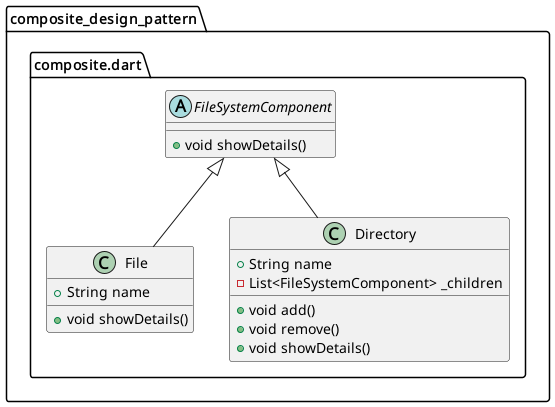
The PlantUML diagram design_patterns_explained_(with_code)/_9_composite_design_pattern_explained/diagram.png in FedericoCalabro/Medium, before a commit.
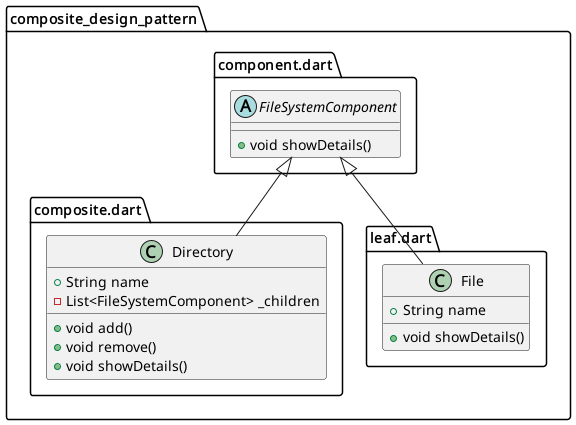
After the commit.

The edit, as a diff of the source:
```diff
@@ -1,16 +1,9 @@
 @startuml
 set namespaceSeparator ::
 
-abstract class "composite_design_pattern::composite.dart::FileSystemComponent" {
+abstract class "composite_design_pattern::component.dart::FileSystemComponent" {
   +void showDetails()
 }
-
-class "composite_design_pattern::composite.dart::File" {
-  +String name
-  +void showDetails()
-}
-
-"composite_design_pattern::composite.dart::FileSystemComponent" <|-- "composite_design_pattern::composite.dart::File"
 
 class "composite_design_pattern::composite.dart::Directory" {
   +String name
@@ -20,7 +13,14 @@
   +void showDetails()
 }
 
-"composite_design_pattern::composite.dart::FileSystemComponent" <|-- "composite_design_pattern::composite.dart::Directory"
+"composite_design_pattern::component.dart::FileSystemComponent" <|-- "composite_design_pattern::composite.dart::Directory"
+
+class "composite_design_pattern::leaf.dart::File" {
+  +String name
+  +void showDetails()
+}
+
+"composite_design_pattern::component.dart::FileSystemComponent" <|-- "composite_design_pattern::leaf.dart::File"
 
 
 @enduml
```
